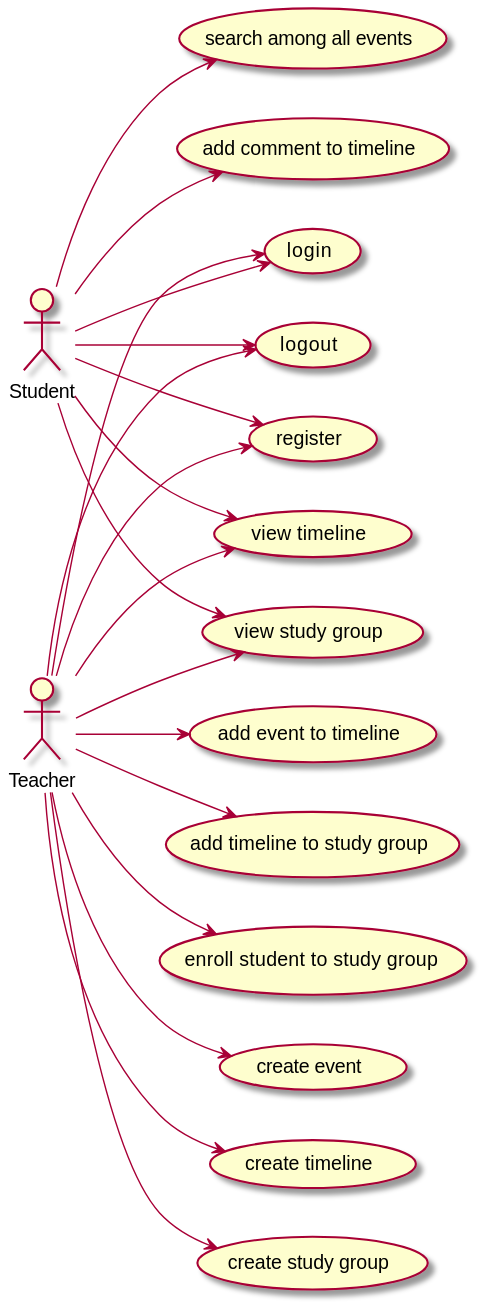
kuhy/historical-timeline keeps this PlantUML diagram as images/use-case_diagram.svg. Above is the earlier version. Source of this version:
```plantuml
@startuml
left to right direction

actor Student
actor Teacher

Student --> (add comment to timeline)
Student --> (search among all events)

Student --> (login)
Student --> (logout)
Student --> (register)
Student --> (view timeline)
Student --> (view study group)

Teacher --> (login)
Teacher --> (logout)
Teacher --> (register)
Teacher --> (view timeline)
Teacher --> (view study group)

Teacher --> (create event)
Teacher --> (create timeline)
Teacher --> (create study group)

Teacher --> (add event to timeline)
Teacher --> (add timeline to study group)
Teacher --> (enroll student to study group)
@enduml
```
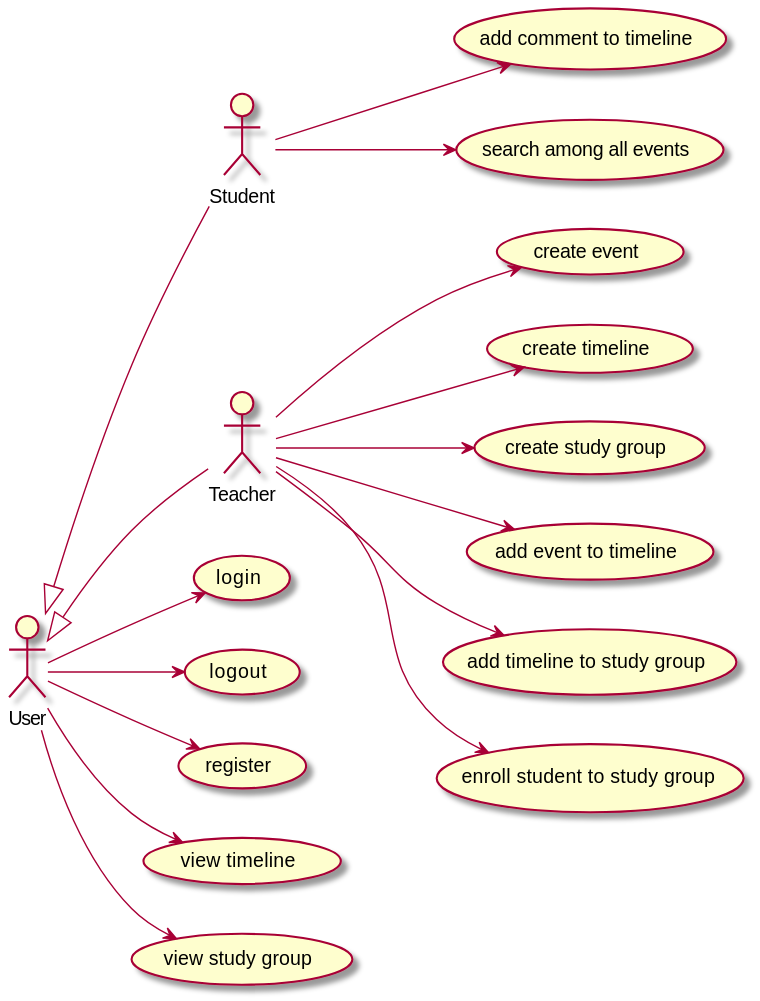
After the commit.

Commit message:
Use inheritance between actors in use-case diagram

Change to the diagram source:
```diff
@@ -1,28 +1,25 @@
 @startuml
 left to right direction
 
+actor User
 actor Student
 actor Teacher
+
+User <|-- Student
+User <|-- Teacher
+
+User --> (login)
+User --> (logout)
+User --> (register)
+User --> (view timeline)
+User --> (view study group)
 
 Student --> (add comment to timeline)
 Student --> (search among all events)
 
-Student --> (login)
-Student --> (logout)
-Student --> (register)
-Student --> (view timeline)
-Student --> (view study group)
-
-Teacher --> (login)
-Teacher --> (logout)
-Teacher --> (register)
-Teacher --> (view timeline)
-Teacher --> (view study group)
-
 Teacher --> (create event)
 Teacher --> (create timeline)
 Teacher --> (create study group)
-
 Teacher --> (add event to timeline)
 Teacher --> (add timeline to study group)
 Teacher --> (enroll student to study group)
```
